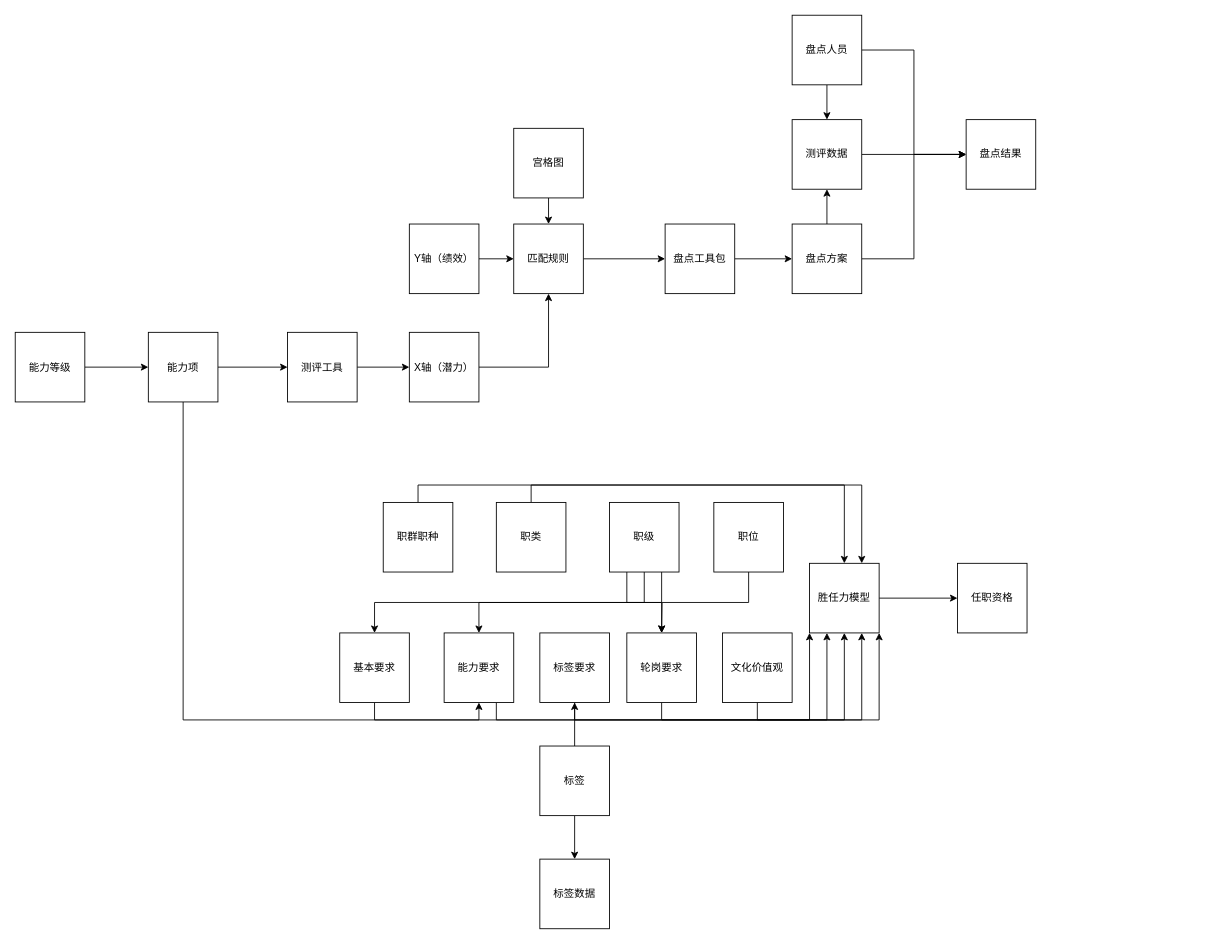
Above: 人才发展.drawio in guzhao593/drawio-files (draw.io), before the change. Source tidied: cells renumbered, new cells numbered last; positions are measured from the earlier drawing's top-left corner, leaving out a move shared by most shapes. Both pictures are drawn from the tidied source at 87%, with x=0, y=0 at pixel (15, 15).
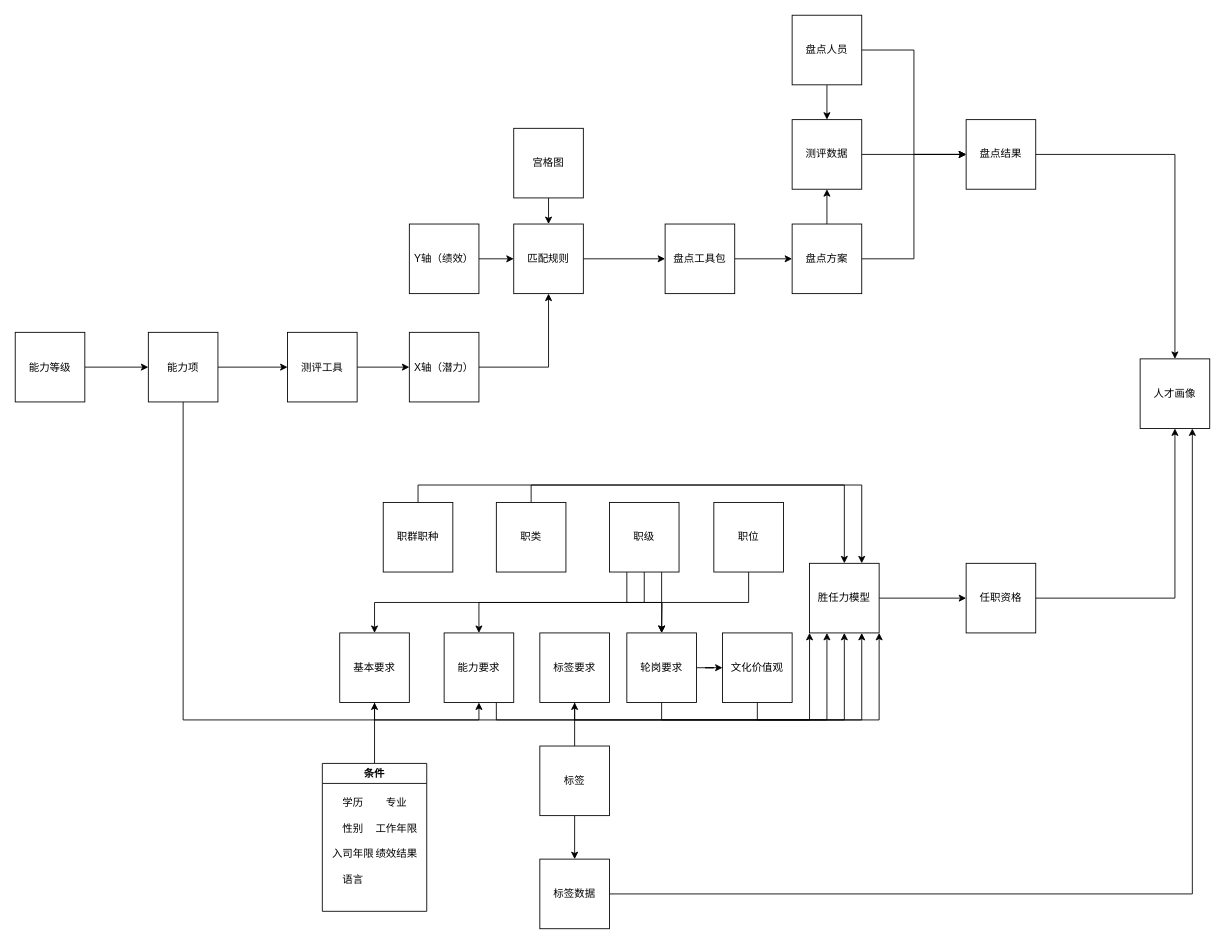
The same diagram, later.

Commit message (it also covers changes not shown here):
更新人才发展.drawio

Unchanged cells that the change refers to:
```xml
<mxCell id="7" value="盘点结果" style="whiteSpace=wrap;html=1;" parent="1" vertex="1">
  <mxGeometry x="1093" y="120" width="80" height="80" as="geometry" />
</mxCell>
<mxCell id="29" value="基本要求" style="whiteSpace=wrap;html=1;" parent="1" vertex="1">
  <mxGeometry x="373" y="710" width="80" height="80" as="geometry" />
</mxCell>
<mxCell id="35" value="文化价值观" style="whiteSpace=wrap;html=1;" parent="1" vertex="1">
  <mxGeometry x="813" y="710" width="80" height="80" as="geometry" />
</mxCell>
<mxCell id="37" value="轮岗要求" style="whiteSpace=wrap;html=1;" parent="1" vertex="1">
  <mxGeometry x="703" y="710" width="80" height="80" as="geometry" />
</mxCell>
<mxCell id="49" value="标签数据" style="whiteSpace=wrap;html=1;" parent="1" vertex="1">
  <mxGeometry x="603" y="970" width="80" height="80" as="geometry" />
</mxCell>
```

Change to the diagram source:
```diff
@@
+    <mxCell id="55" style="edgeStyle=orthogonalEdgeStyle;rounded=0;jettySize=auto;html=1;exitX=1;exitY=0.5;exitDx=0;exitDy=0;" parent="1" edge="1" source="7" target="68">
+      <mxGeometry relative="1" as="geometry" />
+    </mxCell>
@@
+    <mxCell id="56" style="edgeStyle=orthogonalEdgeStyle;rounded=0;jettySize=auto;html=1;exitX=1;exitY=0.5;exitDx=0;exitDy=0;entryX=0.5;entryY=1;entryDx=0;entryDy=0;" parent="1" edge="1" source="23" target="68">
+      <mxGeometry relative="1" as="geometry" />
+    </mxCell>
     <mxCell id="23" value="任职资格" style="whiteSpace=wrap;html=1;" parent="1" vertex="1">
-      <mxGeometry x="1083" y="630" width="80" height="80" as="geometry" />
+      <mxGeometry x="1093" y="630" width="80" height="80" as="geometry" />
     </mxCell>
@@
+    <mxCell id="57" style="edgeStyle=orthogonalEdgeStyle;rounded=0;jettySize=auto;html=1;" parent="1" edge="1" source="37" target="35">
+      <mxGeometry relative="1" as="geometry" />
+    </mxCell>
@@
+    <mxCell id="58" style="edgeStyle=orthogonalEdgeStyle;rounded=0;jettySize=auto;html=1;exitX=1;exitY=0.5;exitDx=0;exitDy=0;entryX=0.75;entryY=1;entryDx=0;entryDy=0;" parent="1" edge="1" source="49" target="68">
+      <mxGeometry relative="1" as="geometry" />
+    </mxCell>
@@
+    <mxCell id="59" style="edgeStyle=orthogonalEdgeStyle;rounded=0;jettySize=auto;html=1;exitX=0.5;exitY=0;exitDx=0;exitDy=0;entryX=0.5;entryY=1;entryDx=0;entryDy=0;" parent="1" edge="1" source="60" target="29">
+      <mxGeometry relative="1" as="geometry" />
+    </mxCell>
+    <mxCell id="60" value="条件" style="swimlane;" parent="1" vertex="1">
+      <mxGeometry x="353" y="860" width="120" height="170" as="geometry" />
+    </mxCell>
+    <mxCell id="61" value="学历" style="text;html=1;align=center;verticalAlign=middle;strokeColor=none;fillColor=none;" parent="60" vertex="1">
+      <mxGeometry x="10" y="30" width="50" height="30" as="geometry" />
+    </mxCell>
+    <mxCell id="62" value="专业" style="text;html=1;align=center;verticalAlign=middle;strokeColor=none;fillColor=none;" parent="60" vertex="1">
+      <mxGeometry x="60" y="30" width="50" height="30" as="geometry" />
+    </mxCell>
+    <mxCell id="63" value="性别" style="text;html=1;align=center;verticalAlign=middle;strokeColor=none;fillColor=none;" parent="60" vertex="1">
+      <mxGeometry x="10" y="60" width="50" height="30" as="geometry" />
+    </mxCell>
+    <mxCell id="64" value="工作年限" style="text;html=1;align=center;verticalAlign=middle;strokeColor=none;fillColor=none;" parent="60" vertex="1">
+      <mxGeometry x="50" y="60" width="70" height="30" as="geometry" />
+    </mxCell>
+    <mxCell id="65" value="入司年限" style="text;html=1;align=center;verticalAlign=middle;strokeColor=none;fillColor=none;" parent="60" vertex="1">
+      <mxGeometry y="89" width="70" height="30" as="geometry" />
+    </mxCell>
+    <mxCell id="66" value="绩效结果" style="text;html=1;align=center;verticalAlign=middle;strokeColor=none;fillColor=none;" parent="60" vertex="1">
+      <mxGeometry x="50" y="89" width="70" height="30" as="geometry" />
+    </mxCell>
+    <mxCell id="67" value="语言" style="text;html=1;align=center;verticalAlign=middle;strokeColor=none;fillColor=none;" parent="60" vertex="1">
+      <mxGeometry x="10" y="119" width="50" height="30" as="geometry" />
+    </mxCell>
+    <mxCell id="68" value="人才画像" style="whiteSpace=wrap;html=1;" parent="1" vertex="1">
+      <mxGeometry x="1293" y="395" width="80" height="80" as="geometry" />
+    </mxCell>
```
